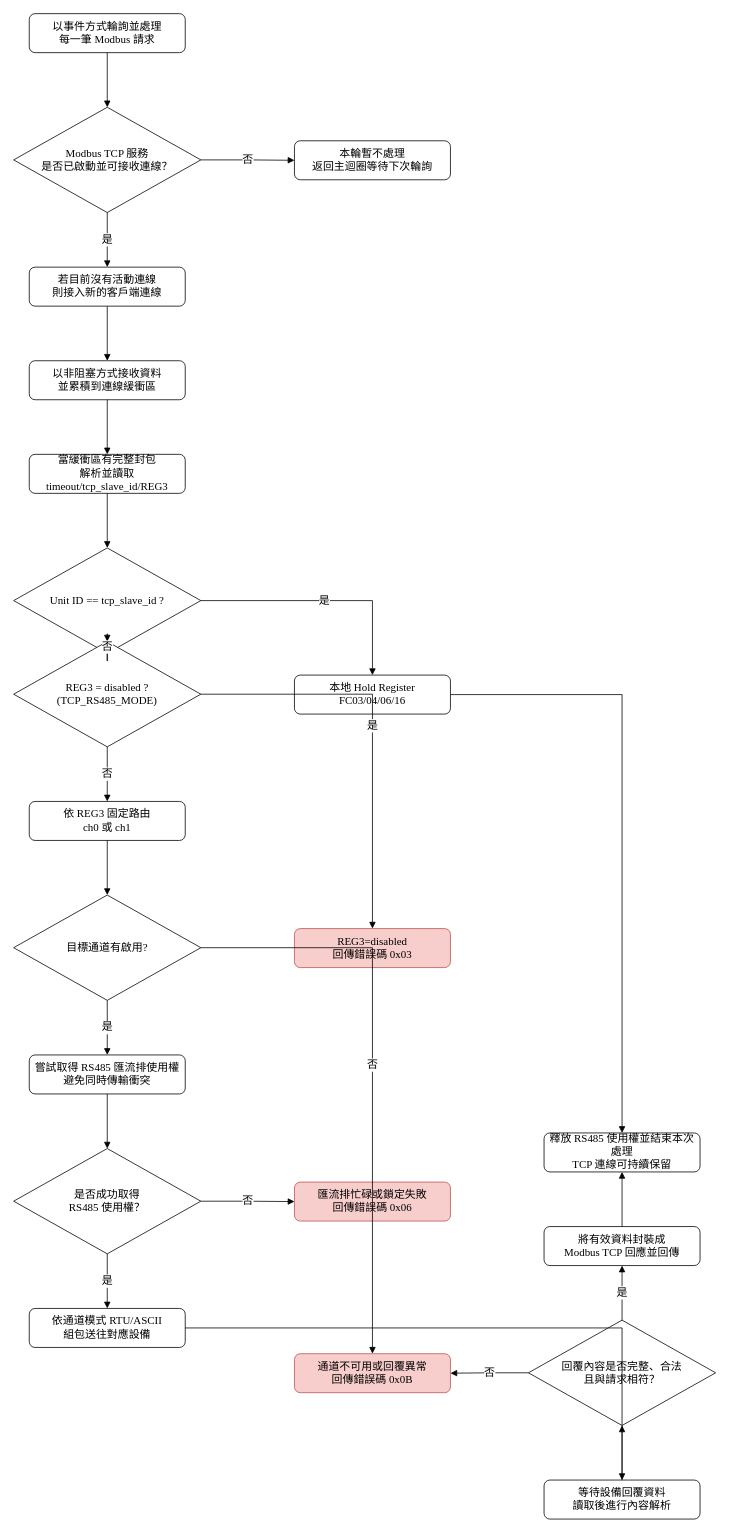
This is modbus_flow.drawio from Sherman-Chung/Pico_WiFitoRS, a draw.io file, before an edit. Source tidied: cells renumbered, new cells numbered last; positions are measured from the earlier drawing's top-left corner, leaving out a move shared by most shapes. Both pictures are drawn from the tidied source at 78%, with x=0, y=0 at pixel (13, 13).
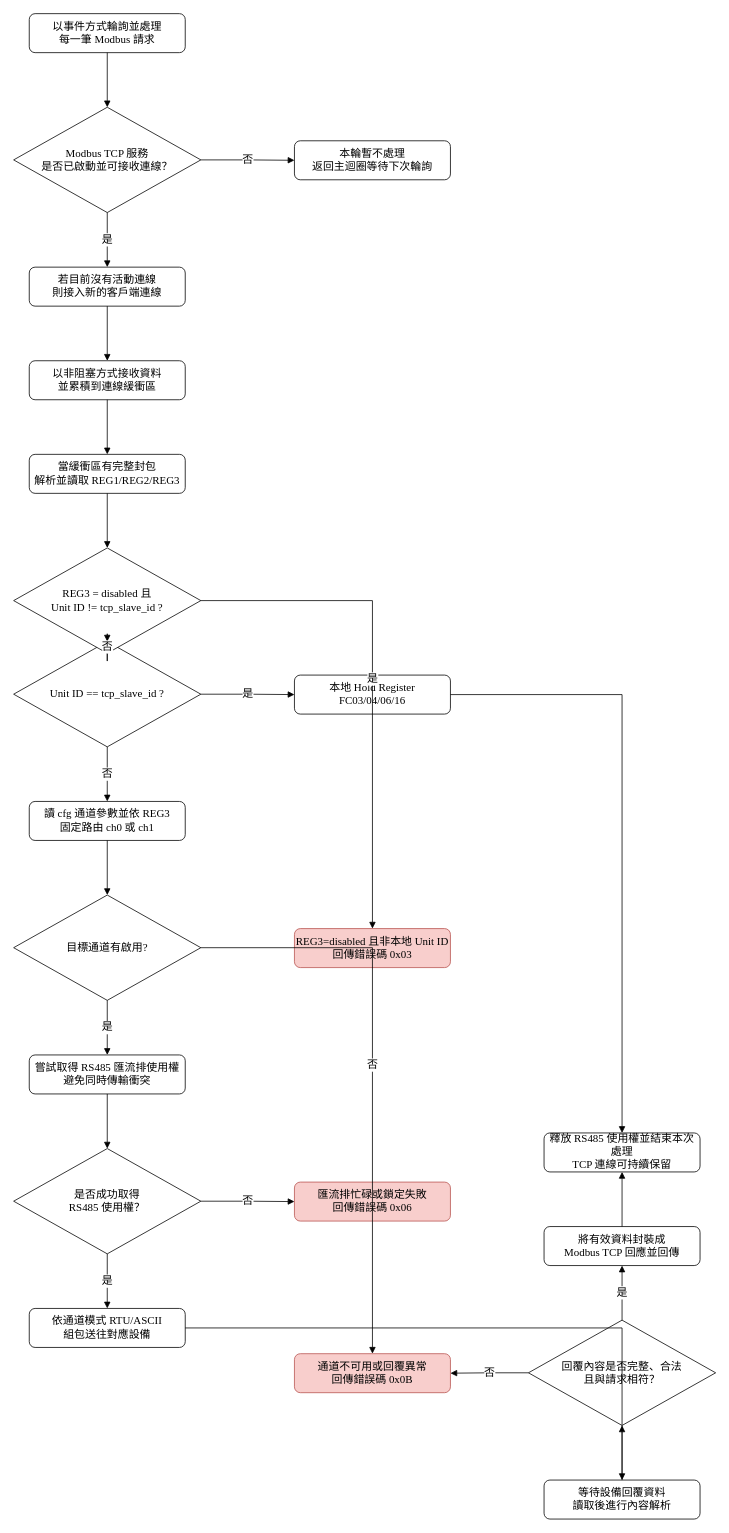
Above is the later version.

The edit, as a diff of the source:
```diff
@@
-    <mxCell id="7" value="當緩衝區有完整封包&#10;解析並讀取 timeout/tcp_slave_id/REG3" style="fontSize=14;fontFamily=Times New Roman;rounded=1;whiteSpace=wrap;html=1;" parent="1" vertex="1">
+    <mxCell id="7" value="當緩衝區有完整封包&#10;解析並讀取 REG1/REG2/REG3" style="fontSize=14;fontFamily=Times New Roman;rounded=1;whiteSpace=wrap;html=1;" parent="1" vertex="1">
       <mxGeometry x="20" y="565" width="200" height="50" as="geometry" />
     </mxCell>
     <mxCell id="8" value="Unit ID == tcp_slave_id ?" style="fontSize=14;fontFamily=Times New Roman;rhombus;whiteSpace=wrap;html=1;" parent="1" vertex="1">
-      <mxGeometry y="685" width="240" height="135" as="geometry" />
+      <mxGeometry y="805" width="240" height="135" as="geometry" />
     </mxCell>
-    <mxCell id="9" value="REG3 = disabled ?&#10;(TCP_RS485_MODE)" style="fontSize=14;fontFamily=Times New Roman;rhombus;whiteSpace=wrap;html=1;" parent="1" vertex="1">
-      <mxGeometry y="805" width="240" height="135" as="geometry" />
+    <mxCell id="9" value="REG3 = disabled 且&#10;Unit ID != tcp_slave_id ?" style="fontSize=14;fontFamily=Times New Roman;rhombus;whiteSpace=wrap;html=1;" parent="1" vertex="1">
+      <mxGeometry y="685" width="240" height="135" as="geometry" />
     </mxCell>
@@
-    <mxCell id="11" value="依 REG3 固定路由&#10;ch0 或 ch1" style="fontSize=14;fontFamily=Times New Roman;rounded=1;whiteSpace=wrap;html=1;" parent="1" vertex="1">
+    <mxCell id="11" value="讀 cfg 通道參數並依 REG3&#10;固定路由 ch0 或 ch1" style="fontSize=14;fontFamily=Times New Roman;rounded=1;whiteSpace=wrap;html=1;" parent="1" vertex="1">
       <mxGeometry x="20" y="1010" width="200" height="50" as="geometry" />
     </mxCell>
@@
-    <mxCell id="13" value="REG3=disabled&#10;回傳錯誤碼 0x03" style="fontSize=14;fontFamily=Times New Roman;rounded=1;whiteSpace=wrap;html=1;fillColor=#f8cecc;strokeColor=#b85450;" parent="1" vertex="1">
+    <mxCell id="13" value="REG3=disabled 且非本地 Unit ID&#10;回傳錯誤碼 0x03" style="fontSize=14;fontFamily=Times New Roman;rounded=1;whiteSpace=wrap;html=1;fillColor=#f8cecc;strokeColor=#b85450;" parent="1" vertex="1">
       <mxGeometry x="360" y="1173" width="200" height="50" as="geometry" />
     </mxCell>
@@
-    <mxCell id="28" style="fontSize=14;fontFamily=Times New Roman;edgeStyle=orthogonalEdgeStyle;rounded=0;html=1;endArrow=block;" parent="1" edge="1" source="7" target="8">
+    <mxCell id="28" style="fontSize=14;fontFamily=Times New Roman;edgeStyle=orthogonalEdgeStyle;rounded=0;html=1;endArrow=block;" parent="1" edge="1" source="7" target="9">
       <mxGeometry relative="1" as="geometry" />
     </mxCell>
@@
-    <mxCell id="30" value="否" style="fontSize=14;fontFamily=Times New Roman;edgeStyle=orthogonalEdgeStyle;rounded=0;html=1;endArrow=block;" parent="1" edge="1" source="8" target="9">
+    <mxCell id="30" value="否" style="fontSize=14;fontFamily=Times New Roman;edgeStyle=orthogonalEdgeStyle;rounded=0;html=1;endArrow=block;" parent="1" edge="1" source="8" target="11">
       <mxGeometry relative="1" as="geometry" />
     </mxCell>
@@
-    <mxCell id="32" value="否" style="fontSize=14;fontFamily=Times New Roman;edgeStyle=orthogonalEdgeStyle;rounded=0;html=1;endArrow=block;" parent="1" edge="1" source="9" target="11">
+    <mxCell id="32" value="否" style="fontSize=14;fontFamily=Times New Roman;edgeStyle=orthogonalEdgeStyle;rounded=0;html=1;endArrow=block;" parent="1" edge="1" source="9" target="8">
       <mxGeometry relative="1" as="geometry" />
     </mxCell>
```
